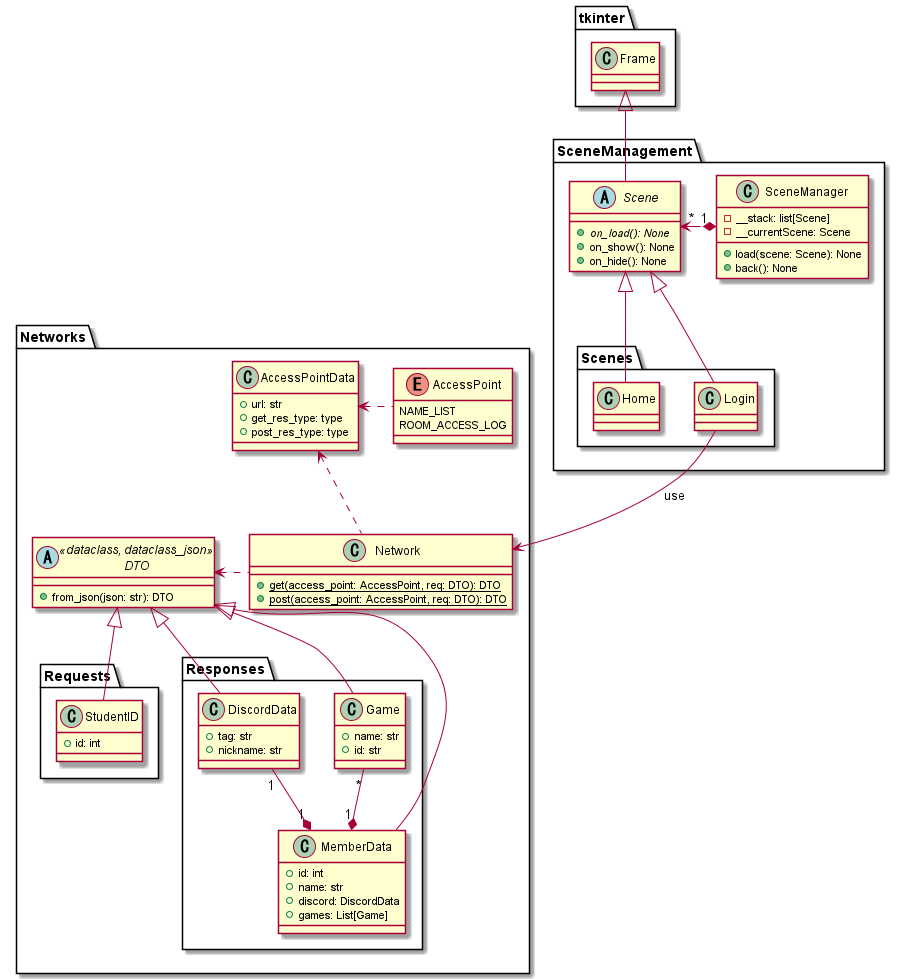
The PlantUML diagram UMLs/Class Diagrams/All/AllClass.png in nmskm240/NITeRAS, before a commit.
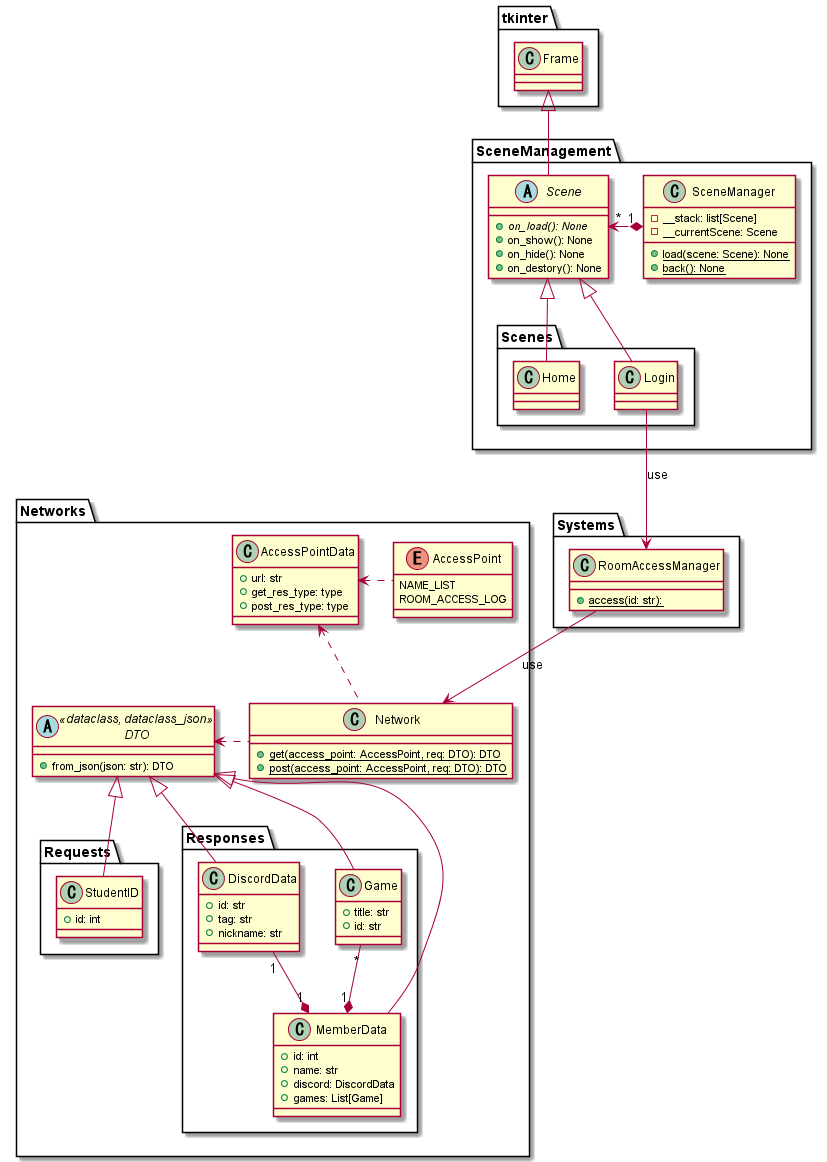
The same diagram one commit later.

Change to the diagram source:
```diff
@@ -38,13 +38,14 @@
     {
         class DiscordData extends DTO
         {
+            +id: str
             +tag: str
             +nickname: str
         }
 
         class Game extends DTO
         {
-            +name: str
+            +title: str
             +id: str
         }
 
@@ -64,8 +65,8 @@
     {
         -__stack: list[Scene]
         -__currentScene: Scene
-        +load(scene: Scene): None
-        +back(): None
+        +{static}load(scene: Scene): None
+        +{static}back(): None
     }
 
     abstract Scene extends tkinter.Frame
@@ -73,12 +74,20 @@
         +{abstract}on_load(): None
         +on_show(): None
         +on_hide(): None
+        +on_destory(): None
     }
 
     package Scenes
     {
         class Home extends Scene
         class Login extends Scene
+    }
+}
+package Systems
+{
+    class RoomAccessManager
+    {
+        +{static}access(id: str):
     }
 }
 
@@ -91,6 +100,7 @@
 Game "*" --* "1" MemberData
 DiscordData "1" --* "1" MemberData
 
-Login --> Network : use
+Login --> RoomAccessManager : use
+RoomAccessManager --> Network : use
 
 @enduml
```
